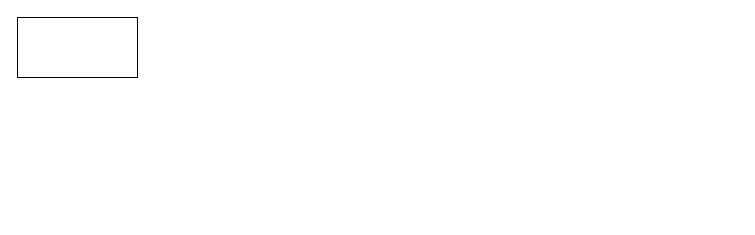
Earlier version of the draw.io diagram 未命名绘图.drawio (1819011603/-). Source tidied: cells renumbered, new cells numbered last; positions are measured from the earlier drawing's top-left corner, leaving out a move shared by most shapes. Both pictures are drawn from the tidied source at 100%, with x=0, y=0 at pixel (17, 17).
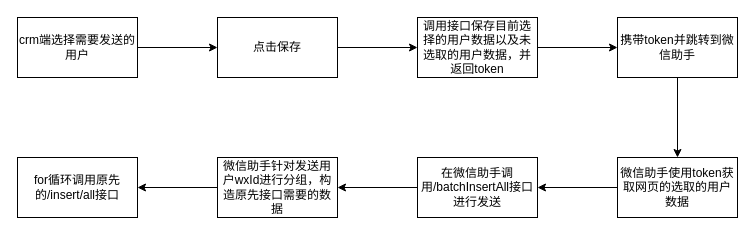
Above is the later version.

Change to the diagram source:
```diff
@@
 <mxGraphModel>
   <root>
     <mxCell id="0" />
     <mxCell id="1" parent="0" />
+    <mxCell id="3" style="edgeStyle=orthogonalEdgeStyle;rounded=0;jettySize=auto;html=1;" parent="1" edge="1" source="2" target="5">
+      <mxGeometry relative="1" as="geometry" />
+    </mxCell>
-    <mxCell id="2" style="rounded=0;whiteSpace=wrap;html=1;strokeColor=#000000;" parent="1" vertex="1">
+    <mxCell id="2" value="&lt;font style=&quot;font-size: 12px;&quot;&gt;crm端选择需要发送的用户&lt;/font&gt;" style="rounded=0;whiteSpace=wrap;html=1;strokeColor=#000000;" parent="1" vertex="1">
       <mxGeometry width="120" height="60" as="geometry" />
     </mxCell>
+    <mxCell id="4" style="edgeStyle=orthogonalEdgeStyle;rounded=0;jettySize=auto;html=1;" parent="1" edge="1" source="5" target="7">
+      <mxGeometry relative="1" as="geometry" />
+    </mxCell>
+    <mxCell id="5" value="点击保存" style="rounded=0;whiteSpace=wrap;html=1;strokeColor=#000000;" parent="1" vertex="1">
+      <mxGeometry x="200" width="120" height="60" as="geometry" />
+    </mxCell>
+    <mxCell id="6" style="edgeStyle=orthogonalEdgeStyle;rounded=0;jettySize=auto;html=1;" parent="1" edge="1" source="7" target="9">
+      <mxGeometry relative="1" as="geometry" />
+    </mxCell>
+    <mxCell id="7" value="调用接口保存目前选择的用户数据以及未选取的用户数据，并返回token" style="rounded=0;whiteSpace=wrap;html=1;strokeColor=#000000;" parent="1" vertex="1">
+      <mxGeometry x="400" width="120" height="60" as="geometry" />
+    </mxCell>
+    <mxCell id="8" style="edgeStyle=orthogonalEdgeStyle;rounded=0;jettySize=auto;html=1;" parent="1" edge="1" source="9" target="11">
+      <mxGeometry relative="1" as="geometry" />
+    </mxCell>
+    <mxCell id="9" value="携带token并跳转到微信助手" style="rounded=0;whiteSpace=wrap;html=1;strokeColor=#000000;" parent="1" vertex="1">
+      <mxGeometry x="600" width="120" height="60" as="geometry" />
+    </mxCell>
+    <mxCell id="10" style="edgeStyle=orthogonalEdgeStyle;rounded=0;jettySize=auto;html=1;" parent="1" edge="1" source="11" target="13">
+      <mxGeometry relative="1" as="geometry" />
+    </mxCell>
+    <mxCell id="11" value="微信助手使用token获取网页的选取的用户数据" style="rounded=0;whiteSpace=wrap;html=1;strokeColor=#000000;" parent="1" vertex="1">
+      <mxGeometry x="600" y="140" width="120" height="60" as="geometry" />
+    </mxCell>
+    <mxCell id="12" style="edgeStyle=orthogonalEdgeStyle;rounded=0;jettySize=auto;html=1;" parent="1" edge="1" source="13" target="15">
+      <mxGeometry relative="1" as="geometry" />
+    </mxCell>
+    <mxCell id="13" value="在微信助手调用/batchInsertAll接口进行发送" style="rounded=0;whiteSpace=wrap;html=1;strokeColor=#000000;" parent="1" vertex="1">
+      <mxGeometry x="400" y="140" width="120" height="60" as="geometry" />
+    </mxCell>
+    <mxCell id="14" style="edgeStyle=orthogonalEdgeStyle;rounded=0;jettySize=auto;html=1;" parent="1" edge="1" source="15" target="16">
+      <mxGeometry relative="1" as="geometry" />
+    </mxCell>
+    <mxCell id="15" value="微信助手针对发送用户wxId进行分组，构造原先接口需要的数据" style="rounded=0;whiteSpace=wrap;html=1;strokeColor=#000000;" parent="1" vertex="1">
+      <mxGeometry x="200" y="140" width="120" height="60" as="geometry" />
+    </mxCell>
+    <mxCell id="16" value="for循环调用原先的/insert/all接口" style="rounded=0;whiteSpace=wrap;html=1;strokeColor=#000000;" parent="1" vertex="1">
+      <mxGeometry y="140" width="120" height="60" as="geometry" />
+    </mxCell>
   </root>
 </mxGraphModel>
```
